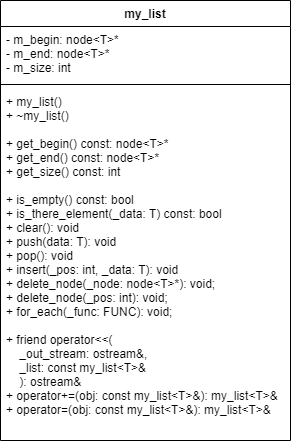
Earlier version of the draw.io export diagrams/m_list.drawio.png (AKTOETO/SUBD_kursovaya-2022). Source tidied: cells renumbered, new cells last; positions are measured from the earlier drawing's top-left corner, leaving out a move shared by most shapes. Its diagram source:
```xml
<mxGraphModel>
  <root>
    <mxCell id="0" />
    <mxCell id="1" parent="0" />
    <mxCell id="2" value="my_list" style="swimlane;fontStyle=1;align=center;verticalAlign=top;horizontal=1;startSize=26;" parent="1" vertex="1">
      <mxGeometry width="290" height="440" as="geometry" />
    </mxCell>
    <mxCell id="3" value="- m_begin: node&lt;T&gt;*&#10;- m_end: node&lt;T&gt;*&#10;- m_size: int" style="text;strokeColor=none;fillColor=none;align=left;verticalAlign=top;spacingLeft=4;spacingRight=4;overflow=hidden;" parent="2" vertex="1">
      <mxGeometry y="26" width="290" height="54" as="geometry" />
    </mxCell>
    <mxCell id="4" style="line;strokeWidth=1;fillColor=none;align=left;verticalAlign=middle;spacingTop=-1;spacingLeft=3;spacingRight=3;labelPosition=right;" parent="2" vertex="1">
      <mxGeometry y="80" width="290" height="8" as="geometry" />
    </mxCell>
    <mxCell id="5" value="+ my_list()&#10;+ ~my_list()&#10;&#10;+ get_begin() const: node&lt;T&gt;*&#10;+ get_end() const: node&lt;T&gt;*&#10;+ get_size() const: int&#10;&#10;+ is_empty() const: bool&#10;+ is_there_element(_data: T) const: bool&#10;+ clear(): void&#10;+ push(data: T): void&#10;+ pop(): void&#10;+ insert(_pos: int, _data: T): void&#10;+ delete_node(_node: node&lt;T&gt;*): void;&#10;+ delete_node(_pos: int): void;&#10;+ for_each(_func: FUNC): void;&#10;&#10;+ friend operator&lt;&lt;(&#10;    _out_stream: ostream&amp;,&#10;    _list: const my_list&lt;T&gt;&amp; &#10;    ): ostream&amp;&#10;+ operator+=(obj: const my_list&lt;T&gt;&amp;): my_list&lt;T&gt;&amp;&#10;+ operator=(obj: const my_list&lt;T&gt;&amp;): my_list&lt;T&gt;&amp;" style="text;strokeColor=none;fillColor=none;align=left;verticalAlign=top;spacingLeft=4;spacingRight=4;overflow=hidden;" parent="2" vertex="1">
      <mxGeometry y="88" width="290" height="352" as="geometry" />
    </mxCell>
  </root>
</mxGraphModel>
```
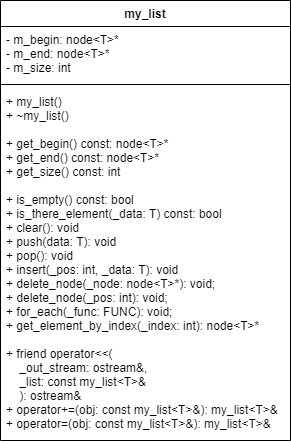
After the commit.

Diff of the diagram source:
```diff
@@ -11,7 +11,7 @@
     <mxCell id="4" style="line;strokeWidth=1;fillColor=none;align=left;verticalAlign=middle;spacingTop=-1;spacingLeft=3;spacingRight=3;labelPosition=right;" parent="2" vertex="1">
       <mxGeometry y="80" width="290" height="8" as="geometry" />
     </mxCell>
-    <mxCell id="5" value="+ my_list()&#10;+ ~my_list()&#10;&#10;+ get_begin() const: node&lt;T&gt;*&#10;+ get_end() const: node&lt;T&gt;*&#10;+ get_size() const: int&#10;&#10;+ is_empty() const: bool&#10;+ is_there_element(_data: T) const: bool&#10;+ clear(): void&#10;+ push(data: T): void&#10;+ pop(): void&#10;+ insert(_pos: int, _data: T): void&#10;+ delete_node(_node: node&lt;T&gt;*): void;&#10;+ delete_node(_pos: int): void;&#10;+ for_each(_func: FUNC): void;&#10;&#10;+ friend operator&lt;&lt;(&#10;    _out_stream: ostream&amp;,&#10;    _list: const my_list&lt;T&gt;&amp; &#10;    ): ostream&amp;&#10;+ operator+=(obj: const my_list&lt;T&gt;&amp;): my_list&lt;T&gt;&amp;&#10;+ operator=(obj: const my_list&lt;T&gt;&amp;): my_list&lt;T&gt;&amp;" style="text;strokeColor=none;fillColor=none;align=left;verticalAlign=top;spacingLeft=4;spacingRight=4;overflow=hidden;" parent="2" vertex="1">
+    <mxCell id="5" value="+ my_list()&#10;+ ~my_list()&#10;&#10;+ get_begin() const: node&lt;T&gt;*&#10;+ get_end() const: node&lt;T&gt;*&#10;+ get_size() const: int&#10;&#10;+ is_empty() const: bool&#10;+ is_there_element(_data: T) const: bool&#10;+ clear(): void&#10;+ push(data: T): void&#10;+ pop(): void&#10;+ insert(_pos: int, _data: T): void&#10;+ delete_node(_node: node&lt;T&gt;*): void;&#10;+ delete_node(_pos: int): void;&#10;+ for_each(_func: FUNC): void;&#10;+ get_element_by_index(_index: int): node&lt;T&gt;*&#10;&#10;+ friend operator&lt;&lt;(&#10;    _out_stream: ostream&amp;,&#10;    _list: const my_list&lt;T&gt;&amp; &#10;    ): ostream&amp;&#10;+ operator+=(obj: const my_list&lt;T&gt;&amp;): my_list&lt;T&gt;&amp;&#10;+ operator=(obj: const my_list&lt;T&gt;&amp;): my_list&lt;T&gt;&amp;" style="text;strokeColor=none;fillColor=none;align=left;verticalAlign=top;spacingLeft=4;spacingRight=4;overflow=hidden;" parent="2" vertex="1">
       <mxGeometry y="88" width="290" height="352" as="geometry" />
     </mxCell>
   </root>
```
